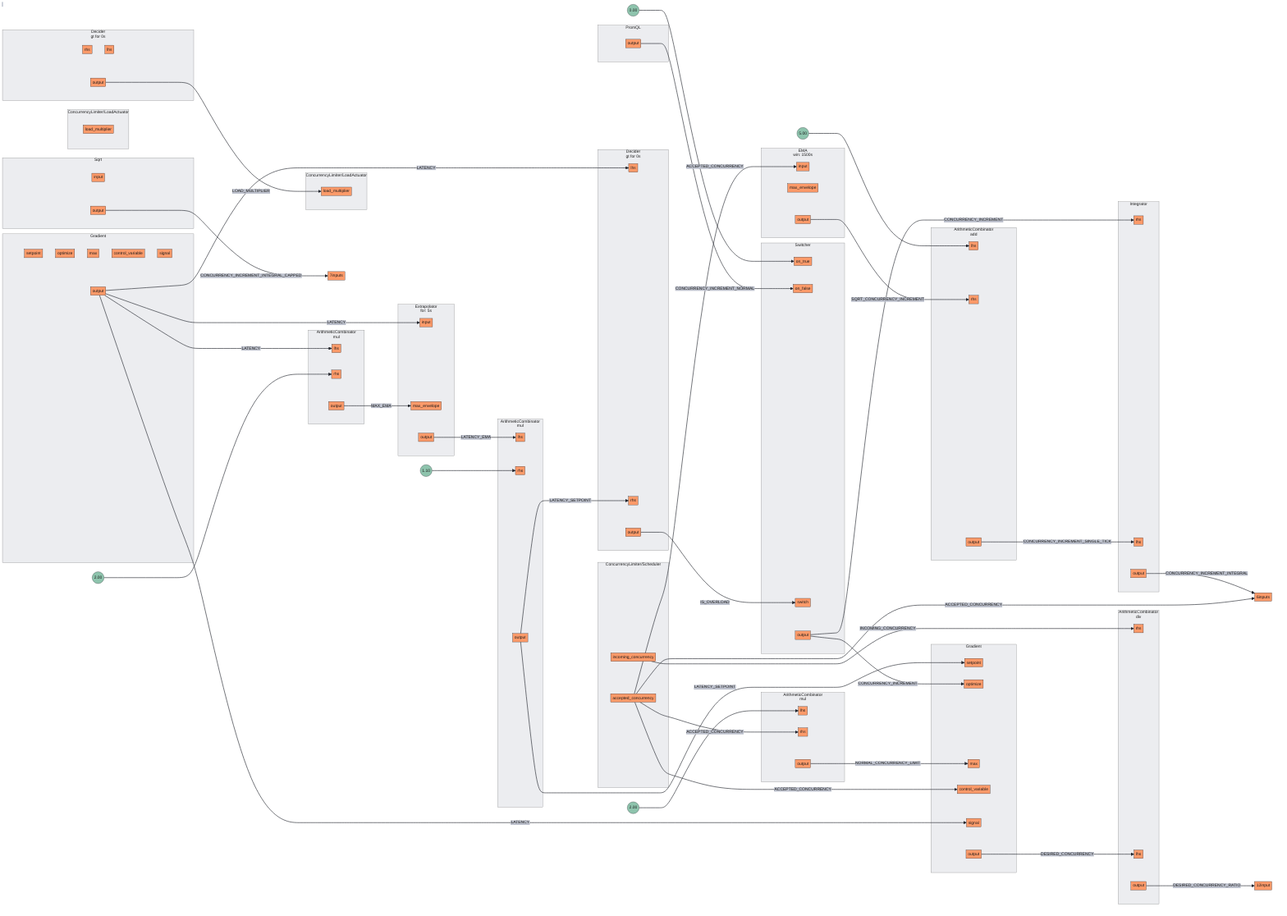
Above: docs/content/tutorials/flow-control/concurrency-limiting/assets/basic-concurrency-limiting/basic-concurrency-limiting.mmd.png in fluxninja/aperture (Mermaid), before the change. Its source is kept beside it as docs/content/tutorials/flow-control/concurrency-limiting/assets/basic-concurrency-limiting/basic-concurrency-limiting.mmd. The source it was exported from:
```mermaid
flowchart LR
subgraph 0[<center>ArithmeticCombinator<br/>mul</center>]
subgraph 0_inports[ ]
style 0_inports fill:none,stroke:none
0lhs[lhs]
0rhs[rhs]
end
subgraph 0_outports[ ]
style 0_outports fill:none,stroke:none
0output[output]
end
end
FakeConstant0((2.00))
FakeConstant0 --> 0rhs
subgraph 1[<center>ArithmeticCombinator<br/>mul</center>]
subgraph 1_inports[ ]
style 1_inports fill:none,stroke:none
1lhs[lhs]
1rhs[rhs]
end
subgraph 1_outports[ ]
style 1_outports fill:none,stroke:none
1output[output]
end
end
FakeConstant1((1.10))
FakeConstant1 --> 1rhs
subgraph 2[<center>ArithmeticCombinator<br/>div</center>]
subgraph 2_inports[ ]
style 2_inports fill:none,stroke:none
2rhs[rhs]
2lhs[lhs]
end
subgraph 2_outports[ ]
style 2_outports fill:none,stroke:none
2output[output]
end
end
subgraph 3[<center>ArithmeticCombinator<br/>mul</center>]
subgraph 3_inports[ ]
style 3_inports fill:none,stroke:none
3lhs[lhs]
3rhs[rhs]
end
subgraph 3_outports[ ]
style 3_outports fill:none,stroke:none
3output[output]
end
end
FakeConstant2((2.00))
FakeConstant2 --> 3lhs
subgraph 4[<center>ArithmeticCombinator<br/>add</center>]
subgraph 4_inports[ ]
style 4_inports fill:none,stroke:none
4lhs[lhs]
4rhs[rhs]
end
subgraph 4_outports[ ]
style 4_outports fill:none,stroke:none
4output[output]
end
end
FakeConstant3((5.00))
FakeConstant3 --> 4lhs
subgraph 5[Integrator]
subgraph 5_inports[ ]
style 5_inports fill:none,stroke:none
5rhs[rhs]
5lhs[lhs]
end
subgraph 5_outports[ ]
style 5_outports fill:none,stroke:none
5output[output]
end
end
subgraph 6[Sqrt]
subgraph 6_inports[ ]
style 6_inports fill:none,stroke:none
6input[input]
end
subgraph 6_outports[ ]
style 6_outports fill:none,stroke:none
6output[output]
end
end
subgraph 7[PromQL]
subgraph 7_outports[ ]
style 7_outports fill:none,stroke:none
7output[output]
end
end
subgraph 8[<center>EMA<br/>win: 1500s</center>]
subgraph 8_inports[ ]
style 8_inports fill:none,stroke:none
8input[input]
8max_envelope[max_envelope]
end
subgraph 8_outports[ ]
style 8_outports fill:none,stroke:none
8output[output]
end
end
subgraph 9[Gradient]
subgraph 9_inports[ ]
style 9_inports fill:none,stroke:none
9setpoint[setpoint]
9optimize[optimize]
9max[max]
9control_variable[control_variable]
9signal[signal]
end
subgraph 9_outports[ ]
style 9_outports fill:none,stroke:none
9output[output]
end
end
subgraph 10[<center>Extrapolator<br/>for: 5s</center>]
subgraph 10_inports[ ]
style 10_inports fill:none,stroke:none
10input[input]
10max_envelope[max_envelope]
end
subgraph 10_outports[ ]
style 10_outports fill:none,stroke:none
10output[output]
end
end
subgraph 11[Gradient]
subgraph 11_inports[ ]
style 11_inports fill:none,stroke:none
11setpoint[setpoint]
11optimize[optimize]
11max[max]
11control_variable[control_variable]
11signal[signal]
end
subgraph 11_outports[ ]
style 11_outports fill:none,stroke:none
11output[output]
end
end
subgraph 11.LoadActuator[ConcurrencyLimiter/LoadActuator]
subgraph 11.LoadActuator_inports[ ]
style 11.LoadActuator_inports fill:none,stroke:none
11.LoadActuatorload_multiplier[load_multiplier]
end
end
subgraph 12[<center>Decider<br/>gt for 0s</center>]
subgraph 12_inports[ ]
style 12_inports fill:none,stroke:none
12rhs[rhs]
12lhs[lhs]
end
subgraph 12_outports[ ]
style 12_outports fill:none,stroke:none
12output[output]
end
end
subgraph 13.Scheduler[ConcurrencyLimiter/Scheduler]
subgraph 13.Scheduler_outports[ ]
style 13.Scheduler_outports fill:none,stroke:none
13.Scheduleraccepted_concurrency[accepted_concurrency]
13.Schedulerincoming_concurrency[incoming_concurrency]
end
end
subgraph 13.LoadActuator[ConcurrencyLimiter/LoadActuator]
subgraph 13.LoadActuator_inports[ ]
style 13.LoadActuator_inports fill:none,stroke:none
13.LoadActuatorload_multiplier[load_multiplier]
end
end
subgraph 15[Switcher]
subgraph 15_inports[ ]
style 15_inports fill:none,stroke:none
15on_true[on_true]
15on_false[on_false]
15switch[switch]
end
subgraph 15_outports[ ]
style 15_outports fill:none,stroke:none
15output[output]
end
end
FakeConstant5((0.00))
FakeConstant5 --> 15on_true
subgraph 14[<center>Decider<br/>gt for 0s</center>]
subgraph 14_inports[ ]
style 14_inports fill:none,stroke:none
14rhs[rhs]
14lhs[lhs]
end
subgraph 14_outports[ ]
style 14_outports fill:none,stroke:none
14output[output]
end
end
1output --> |LATENCY_SETPOINT| 11setpoint
1output --> |LATENCY_SETPOINT| 14rhs
15output --> |CONCURRENCY_INCREMENT| 5rhs
15output --> |CONCURRENCY_INCREMENT| 11optimize
8output --> |SQRT_CONCURRENCY_INCREMENT| 4rhs
13.Schedulerincoming_concurrency --> |INCOMING_CONCURRENCY| 2rhs
0output --> |MAX_EMA| 10max_envelope
6output --> |CONCURRENCY_INCREMENT_INTEGRAL_CAPPED| 7inputs
4output --> |CONCURRENCY_INCREMENT_SINGLE_TICK| 5lhs
5output --> |CONCURRENCY_INCREMENT_INTEGRAL| 6inputs
9output --> |LATENCY| 0lhs
9output --> |LATENCY| 10input
9output --> |LATENCY| 11signal
9output --> |LATENCY| 14lhs
10output --> |LATENCY_EMA| 1lhs
11output --> |DESIRED_CONCURRENCY| 2lhs
14output --> |IS_OVERLOAD| 15switch
2output --> |DESIRED_CONCURRENCY_RATIO| 12input
3output --> |NORMAL_CONCURRENCY_LIMIT| 11max
13.Scheduleraccepted_concurrency --> |ACCEPTED_CONCURRENCY| 3rhs
13.Scheduleraccepted_concurrency --> |ACCEPTED_CONCURRENCY| 6inputs
13.Scheduleraccepted_concurrency --> |ACCEPTED_CONCURRENCY| 8input
13.Scheduleraccepted_concurrency --> |ACCEPTED_CONCURRENCY| 11control_variable
7output --> |CONCURRENCY_INCREMENT_NORMAL| 15on_false
12output --> |LOAD_MULTIPLIER| 13.LoadActuatorload_multiplier
```
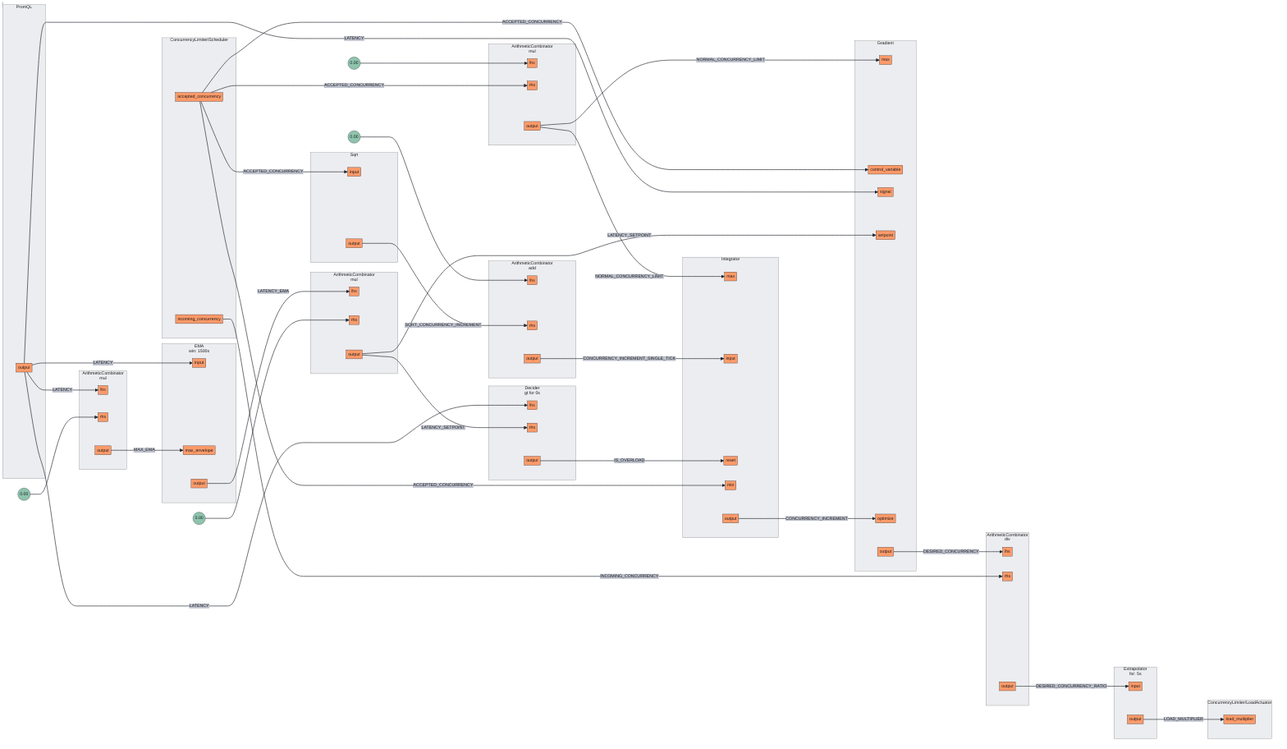
Later version of the same file.

Change to the diagram source:
```diff
@@ -10,7 +10,7 @@
 0output[output]
 end
 end
-FakeConstant0((2.00))
+FakeConstant0((0.00))
 FakeConstant0 --> 0rhs
 subgraph 1[<center>ArithmeticCombinator<br/>mul</center>]
 subgraph 1_inports[ ]
@@ -23,13 +23,13 @@
 1output[output]
 end
 end
-FakeConstant1((1.10))
+FakeConstant1((0.00))
 FakeConstant1 --> 1rhs
 subgraph 2[<center>ArithmeticCombinator<br/>div</center>]
 subgraph 2_inports[ ]
 style 2_inports fill:none,stroke:none
+2lhs[lhs]
 2rhs[rhs]
-2lhs[lhs]
 end
 subgraph 2_outports[ ]
 style 2_outports fill:none,stroke:none
@@ -47,7 +47,7 @@
 3output[output]
 end
 end
-FakeConstant2((2.00))
+FakeConstant2((0.00))
 FakeConstant2 --> 3lhs
 subgraph 4[<center>ArithmeticCombinator<br/>add</center>]
 subgraph 4_inports[ ]
@@ -60,13 +60,15 @@
 4output[output]
 end
 end
-FakeConstant3((5.00))
+FakeConstant3((0.00))
 FakeConstant3 --> 4lhs
 subgraph 5[Integrator]
 subgraph 5_inports[ ]
 style 5_inports fill:none,stroke:none
-5rhs[rhs]
-5lhs[lhs]
+5max[max]
+5input[input]
+5reset[reset]
+5min[min]
 end
 subgraph 5_outports[ ]
 style 5_outports fill:none,stroke:none
@@ -103,11 +105,11 @@
 subgraph 9[Gradient]
 subgraph 9_inports[ ]
 style 9_inports fill:none,stroke:none
-9setpoint[setpoint]
-9optimize[optimize]
 9max[max]
 9control_variable[control_variable]
 9signal[signal]
+9setpoint[setpoint]
+9optimize[optimize]
 end
 subgraph 9_outports[ ]
 style 9_outports fill:none,stroke:none
@@ -118,25 +120,17 @@
 subgraph 10_inports[ ]
 style 10_inports fill:none,stroke:none
 10input[input]
-10max_envelope[max_envelope]
 end
 subgraph 10_outports[ ]
 style 10_outports fill:none,stroke:none
 10output[output]
 end
 end
-subgraph 11[Gradient]
-subgraph 11_inports[ ]
-style 11_inports fill:none,stroke:none
-11setpoint[setpoint]
-11optimize[optimize]
-11max[max]
-11control_variable[control_variable]
-11signal[signal]
-end
-subgraph 11_outports[ ]
-style 11_outports fill:none,stroke:none
-11output[output]
+subgraph 11.Scheduler[ConcurrencyLimiter/Scheduler]
+subgraph 11.Scheduler_outports[ ]
+style 11.Scheduler_outports fill:none,stroke:none
+11.Schedulerincoming_concurrency[incoming_concurrency]
+11.Scheduleraccepted_concurrency[accepted_concurrency]
 end
 end
 subgraph 11.LoadActuator[ConcurrencyLimiter/LoadActuator]
@@ -148,74 +142,33 @@
 subgraph 12[<center>Decider<br/>gt for 0s</center>]
 subgraph 12_inports[ ]
 style 12_inports fill:none,stroke:none
+12lhs[lhs]
 12rhs[rhs]
-12lhs[lhs]
 end
 subgraph 12_outports[ ]
 style 12_outports fill:none,stroke:none
 12output[output]
 end
 end
-subgraph 13.Scheduler[ConcurrencyLimiter/Scheduler]
-subgraph 13.Scheduler_outports[ ]
-style 13.Scheduler_outports fill:none,stroke:none
-13.Scheduleraccepted_concurrency[accepted_concurrency]
-13.Schedulerincoming_concurrency[incoming_concurrency]
-end
-end
-subgraph 13.LoadActuator[ConcurrencyLimiter/LoadActuator]
-subgraph 13.LoadActuator_inports[ ]
-style 13.LoadActuator_inports fill:none,stroke:none
-13.LoadActuatorload_multiplier[load_multiplier]
-end
-end
-subgraph 15[Switcher]
-subgraph 15_inports[ ]
-style 15_inports fill:none,stroke:none
-15on_true[on_true]
-15on_false[on_false]
-15switch[switch]
-end
-subgraph 15_outports[ ]
-style 15_outports fill:none,stroke:none
-15output[output]
-end
-end
-FakeConstant5((0.00))
-FakeConstant5 --> 15on_true
-subgraph 14[<center>Decider<br/>gt for 0s</center>]
-subgraph 14_inports[ ]
-style 14_inports fill:none,stroke:none
-14rhs[rhs]
-14lhs[lhs]
-end
-subgraph 14_outports[ ]
-style 14_outports fill:none,stroke:none
-14output[output]
-end
-end
-1output --> |LATENCY_SETPOINT| 11setpoint
-1output --> |LATENCY_SETPOINT| 14rhs
-15output --> |CONCURRENCY_INCREMENT| 5rhs
-15output --> |CONCURRENCY_INCREMENT| 11optimize
-8output --> |SQRT_CONCURRENCY_INCREMENT| 4rhs
-13.Schedulerincoming_concurrency --> |INCOMING_CONCURRENCY| 2rhs
-0output --> |MAX_EMA| 10max_envelope
-6output --> |CONCURRENCY_INCREMENT_INTEGRAL_CAPPED| 7inputs
-4output --> |CONCURRENCY_INCREMENT_SINGLE_TICK| 5lhs
-5output --> |CONCURRENCY_INCREMENT_INTEGRAL| 6inputs
-9output --> |LATENCY| 0lhs
-9output --> |LATENCY| 10input
-9output --> |LATENCY| 11signal
-9output --> |LATENCY| 14lhs
-10output --> |LATENCY_EMA| 1lhs
-11output --> |DESIRED_CONCURRENCY| 2lhs
-14output --> |IS_OVERLOAD| 15switch
-2output --> |DESIRED_CONCURRENCY_RATIO| 12input
-3output --> |NORMAL_CONCURRENCY_LIMIT| 11max
-13.Scheduleraccepted_concurrency --> |ACCEPTED_CONCURRENCY| 3rhs
-13.Scheduleraccepted_concurrency --> |ACCEPTED_CONCURRENCY| 6inputs
-13.Scheduleraccepted_concurrency --> |ACCEPTED_CONCURRENCY| 8input
-13.Scheduleraccepted_concurrency --> |ACCEPTED_CONCURRENCY| 11control_variable
-7output --> |CONCURRENCY_INCREMENT_NORMAL| 15on_false
-12output --> |LOAD_MULTIPLIER| 13.LoadActuatorload_multiplier
+2output --> |DESIRED_CONCURRENCY_RATIO| 10input
+3output --> |NORMAL_CONCURRENCY_LIMIT| 5max
+3output --> |NORMAL_CONCURRENCY_LIMIT| 9max
+5output --> |CONCURRENCY_INCREMENT| 9optimize
+10output --> |LOAD_MULTIPLIER| 11.LoadActuatorload_multiplier
+11.Schedulerincoming_concurrency --> |INCOMING_CONCURRENCY| 2rhs
+0output --> |MAX_EMA| 8max_envelope
+7output --> |LATENCY| 0lhs
+7output --> |LATENCY| 8input
+7output --> |LATENCY| 9signal
+7output --> |LATENCY| 12lhs
+11.Scheduleraccepted_concurrency --> |ACCEPTED_CONCURRENCY| 3rhs
+11.Scheduleraccepted_concurrency --> |ACCEPTED_CONCURRENCY| 5min
+11.Scheduleraccepted_concurrency --> |ACCEPTED_CONCURRENCY| 6input
+11.Scheduleraccepted_concurrency --> |ACCEPTED_CONCURRENCY| 9control_variable
+12output --> |IS_OVERLOAD| 5reset
+1output --> |LATENCY_SETPOINT| 9setpoint
+1output --> |LATENCY_SETPOINT| 12rhs
+4output --> |CONCURRENCY_INCREMENT_SINGLE_TICK| 5input
+6output --> |SQRT_CONCURRENCY_INCREMENT| 4rhs
+8output --> |LATENCY_EMA| 1lhs
+9output --> |DESIRED_CONCURRENCY| 2lhs
```
